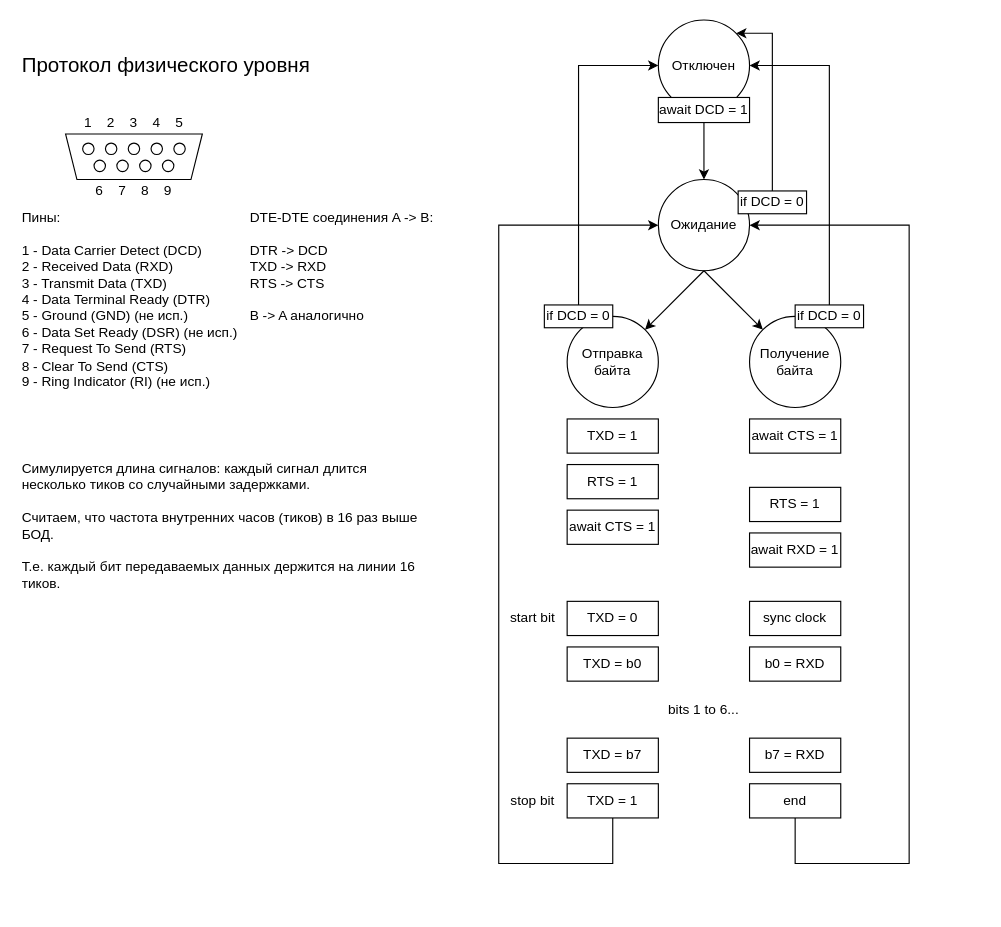
The draw.io diagram docs/physical-protocol.drawio in DeveloperMan313/networks-coursework-backend, before the edit. Source tidied: cells renumbered, new cells numbered last; positions are measured from the earlier drawing's top-left corner, leaving out a move shared by most shapes. Both pictures are drawn from the tidied source at 114%, with x=0, y=0 at pixel (19, 19).
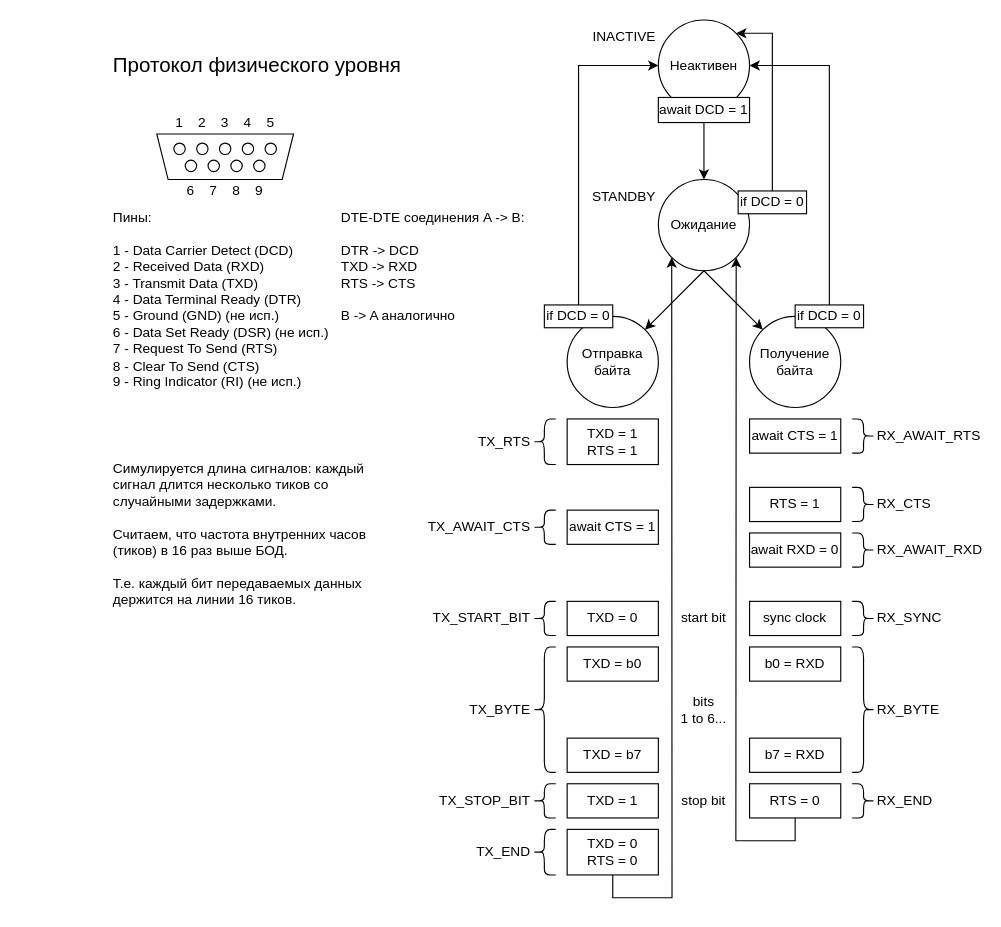
After the change.

Commit message (it also covers changes not shown here):
Update protocol, init PC and Port classes

The change refers to these unchanged cells:
```xml
<mxCell id="3" value="Ожидание" style="ellipse;whiteSpace=wrap;html=1;" parent="1" vertex="1">
  <mxGeometry x="560" y="140" width="80" height="80" as="geometry" />
</mxCell>
<mxCell id="35" value="TXD = 1" style="rounded=0;whiteSpace=wrap;html=1;" parent="1" vertex="1">
  <mxGeometry x="480" y="670" width="80" height="30" as="geometry" />
</mxCell>
```

The edit, as a diff of the source:
```diff
@@
-    <mxCell id="2" value="Отключен" style="ellipse;whiteSpace=wrap;html=1;" parent="1" vertex="1">
+    <mxCell id="2" value="Неактивен" style="ellipse;whiteSpace=wrap;html=1;" parent="1" vertex="1">
       <mxGeometry x="560" width="80" height="80" as="geometry" />
     </mxCell>
@@
     <mxCell id="7" style="shape=trapezoid;perimeter=trapezoidPerimeter;whiteSpace=wrap;html=1;fixedSize=1;size=10;flipV=1;legacyAnchorPoints=0;" parent="1" vertex="1">
-      <mxGeometry x="40" y="100" width="120" height="40" as="geometry" />
+      <mxGeometry x="120" y="100" width="120" height="40" as="geometry" />
     </mxCell>
     <mxCell id="8" style="ellipse;whiteSpace=wrap;html=1;" parent="1" vertex="1">
-      <mxGeometry x="55" y="108" width="10" height="10" as="geometry" />
+      <mxGeometry x="135" y="108" width="10" height="10" as="geometry" />
     </mxCell>
     <mxCell id="9" style="ellipse;whiteSpace=wrap;html=1;" parent="1" vertex="1">
-      <mxGeometry x="75" y="108" width="10" height="10" as="geometry" />
+      <mxGeometry x="155" y="108" width="10" height="10" as="geometry" />
     </mxCell>
     <mxCell id="10" style="ellipse;whiteSpace=wrap;html=1;" parent="1" vertex="1">
-      <mxGeometry x="95" y="108" width="10" height="10" as="geometry" />
+      <mxGeometry x="175" y="108" width="10" height="10" as="geometry" />
     </mxCell>
     <mxCell id="11" style="ellipse;whiteSpace=wrap;html=1;" parent="1" vertex="1">
-      <mxGeometry x="115" y="108" width="10" height="10" as="geometry" />
+      <mxGeometry x="195" y="108" width="10" height="10" as="geometry" />
     </mxCell>
     <mxCell id="12" style="ellipse;whiteSpace=wrap;html=1;" parent="1" vertex="1">
-      <mxGeometry x="135" y="108" width="10" height="10" as="geometry" />
+      <mxGeometry x="215" y="108" width="10" height="10" as="geometry" />
     </mxCell>
     <mxCell id="13" style="ellipse;whiteSpace=wrap;html=1;" parent="1" vertex="1">
-      <mxGeometry x="65" y="123" width="10" height="10" as="geometry" />
+      <mxGeometry x="145" y="123" width="10" height="10" as="geometry" />
     </mxCell>
     <mxCell id="14" style="ellipse;whiteSpace=wrap;html=1;" parent="1" vertex="1">
-      <mxGeometry x="85" y="123" width="10" height="10" as="geometry" />
+      <mxGeometry x="165" y="123" width="10" height="10" as="geometry" />
     </mxCell>
     <mxCell id="15" style="ellipse;whiteSpace=wrap;html=1;" parent="1" vertex="1">
-      <mxGeometry x="105" y="123" width="10" height="10" as="geometry" />
+      <mxGeometry x="185" y="123" width="10" height="10" as="geometry" />
     </mxCell>
     <mxCell id="16" style="ellipse;whiteSpace=wrap;html=1;" parent="1" vertex="1">
-      <mxGeometry x="125" y="123" width="10" height="10" as="geometry" />
+      <mxGeometry x="205" y="123" width="10" height="10" as="geometry" />
     </mxCell>
     <mxCell id="17" value="1&amp;nbsp; &amp;nbsp; 2&amp;nbsp; &amp;nbsp; 3&amp;nbsp; &amp;nbsp; 4&amp;nbsp; &amp;nbsp; 5" style="text;html=1;whiteSpace=wrap;strokeColor=none;fillColor=none;align=center;verticalAlign=middle;rounded=0;" parent="1" vertex="1">
-      <mxGeometry x="40" y="80" width="120" height="20" as="geometry" />
+      <mxGeometry x="120" y="80" width="120" height="20" as="geometry" />
     </mxCell>
     <mxCell id="18" value="6&amp;nbsp; &amp;nbsp; 7&amp;nbsp; &amp;nbsp; 8&amp;nbsp; &amp;nbsp; 9" style="text;html=1;whiteSpace=wrap;strokeColor=none;fillColor=none;align=center;verticalAlign=middle;rounded=0;" parent="1" vertex="1">
-      <mxGeometry x="40" y="140" width="120" height="20" as="geometry" />
+      <mxGeometry x="120" y="140" width="120" height="20" as="geometry" />
     </mxCell>
     <mxCell id="19" value="Пины:&lt;div&gt;&lt;br&gt;&lt;div&gt;1 - Data Carrier Detect (DCD)&lt;div&gt;2 - Received Data (RXD)&lt;/div&gt;&lt;div&gt;3 - Transmit Data (TXD)&lt;/div&gt;&lt;div&gt;4 - Data Terminal Ready (DTR)&lt;/div&gt;&lt;div&gt;5 - Ground (GND) (не исп.)&lt;/div&gt;&lt;div&gt;6 - Data Set Ready (DSR) (не исп.)&lt;/div&gt;&lt;div&gt;7 - Request To Send (RTS)&lt;/div&gt;&lt;div&gt;8 - Clear To Send (CTS)&lt;/div&gt;&lt;div&gt;9 - Ring Indicator (RI) (не исп.)&lt;/div&gt;&lt;/div&gt;&lt;/div&gt;" style="text;html=1;whiteSpace=wrap;strokeColor=none;fillColor=none;align=left;verticalAlign=top;rounded=0;" parent="1" vertex="1">
-      <mxGeometry y="160" width="200" height="180" as="geometry" />
+      <mxGeometry x="80" y="160" width="200" height="180" as="geometry" />
     </mxCell>
     <mxCell id="20" value="DTE-DTE соединения A -&amp;gt; B:&lt;div&gt;&lt;br&gt;&lt;/div&gt;&lt;div&gt;DTR -&amp;gt; DCD&lt;/div&gt;&lt;div&gt;TXD -&amp;gt; RXD&lt;/div&gt;&lt;div&gt;RTS -&amp;gt; CTS&lt;br&gt;&lt;/div&gt;&lt;div&gt;&lt;br&gt;&lt;/div&gt;&lt;div&gt;B -&amp;gt; A аналогично&lt;/div&gt;" style="text;html=1;whiteSpace=wrap;strokeColor=none;fillColor=none;align=left;verticalAlign=top;rounded=0;" parent="1" vertex="1">
-      <mxGeometry x="200" y="160" width="180" height="180" as="geometry" />
+      <mxGeometry x="280" y="160" width="180" height="180" as="geometry" />
     </mxCell>
-    <mxCell id="21" value="RTS = 1" style="rounded=0;whiteSpace=wrap;html=1;" parent="1" vertex="1">
-      <mxGeometry x="480" y="390" width="80" height="30" as="geometry" />
-    </mxCell>
@@
-    <mxCell id="26" value="TXD = 1" style="rounded=0;whiteSpace=wrap;html=1;" parent="1" vertex="1">
-      <mxGeometry x="480" y="350" width="80" height="30" as="geometry" />
+    <mxCell id="26" value="TXD = 1&lt;div&gt;RTS = 1&lt;/div&gt;" style="rounded=0;whiteSpace=wrap;html=1;" parent="1" vertex="1">
+      <mxGeometry x="480" y="350" width="80" height="40" as="geometry" />
     </mxCell>
@@
-    <mxCell id="30" value="bits 1 to 6..." style="text;html=1;whiteSpace=wrap;strokeColor=none;fillColor=none;align=center;verticalAlign=middle;rounded=0;" parent="1" vertex="1">
-      <mxGeometry x="480" y="590" width="240" height="30" as="geometry" />
+    <mxCell id="30" value="bits&lt;div&gt;1 to 6...&lt;/div&gt;" style="text;html=1;whiteSpace=wrap;strokeColor=none;fillColor=none;align=center;verticalAlign=middle;rounded=0;" parent="1" vertex="1">
+      <mxGeometry x="575" y="590" width="50" height="30" as="geometry" />
     </mxCell>
@@
     <mxCell id="33" value="start bit" style="text;html=1;whiteSpace=wrap;strokeColor=none;fillColor=none;align=center;verticalAlign=middle;rounded=0;" parent="1" vertex="1">
-      <mxGeometry x="420" y="510" width="60" height="30" as="geometry" />
+      <mxGeometry x="570" y="510" width="60" height="30" as="geometry" />
     </mxCell>
-    <mxCell id="34" value="stop bit" style="text;html=1;whiteSpace=wrap;strokeColor=none;fillColor=none;align=center;verticalAlign=middle;rounded=0;" parent="1" vertex="1">
-      <mxGeometry x="420" y="670" width="60" height="30" as="geometry" />
-    </mxCell>
@@
-    <mxCell id="36" value="end" style="rounded=0;whiteSpace=wrap;html=1;" parent="1" vertex="1">
+    <mxCell id="36" value="RTS = 0" style="rounded=0;whiteSpace=wrap;html=1;" parent="1" vertex="1">
       <mxGeometry x="640" y="670" width="80" height="30" as="geometry" />
     </mxCell>
-    <mxCell id="37" value="await RXD = 1" style="rounded=0;whiteSpace=wrap;html=1;" parent="1" vertex="1">
+    <mxCell id="37" value="await RXD = 0" style="rounded=0;whiteSpace=wrap;html=1;" parent="1" vertex="1">
       <mxGeometry x="640" y="450" width="80" height="30" as="geometry" />
     </mxCell>
     <mxCell id="38" value="Симулируется длина сигналов: каждый сигнал длится несколько тиков со случайными задержками.&lt;div&gt;&lt;br&gt;&lt;/div&gt;&lt;div&gt;Считаем, что частота внутренних часов (тиков) в 16 раз выше БОД.&lt;/div&gt;&lt;div&gt;&lt;br&gt;&lt;/div&gt;&lt;div&gt;Т.е. каждый бит передаваемых данных держится на линии 16 тиков.&lt;/div&gt;" style="text;html=1;whiteSpace=wrap;strokeColor=none;fillColor=none;align=left;verticalAlign=top;rounded=0;" parent="1" vertex="1">
-      <mxGeometry y="380" width="360" height="160" as="geometry" />
+      <mxGeometry x="80" y="380" width="240" height="160" as="geometry" />
     </mxCell>
@@
-    <mxCell id="41" style="endArrow=classic;html=1;rounded=0;exitX=0.5;exitY=1;exitDx=0;exitDy=0;entryX=0;entryY=0.5;entryDx=0;entryDy=0;" parent="1" edge="1" source="35" target="3">
+    <mxCell id="41" style="endArrow=classic;html=1;rounded=0;entryX=0;entryY=1;entryDx=0;entryDy=0;exitX=0.5;exitY=1;exitDx=0;exitDy=0;" parent="1" edge="1" source="73" target="3">
       <mxGeometry relative="1" as="geometry">
         <Array as="points">
-          <mxPoint x="520" y="740" />
-          <mxPoint x="420" y="740" />
-          <mxPoint x="420" y="180" />
+          <mxPoint x="520" y="770" />
+          <mxPoint x="572" y="770" />
         </Array>
       </mxGeometry>
     </mxCell>
-    <mxCell id="42" style="endArrow=classic;html=1;rounded=0;exitX=0.5;exitY=1;exitDx=0;exitDy=0;entryX=1;entryY=0.5;entryDx=0;entryDy=0;" parent="1" edge="1" source="36" target="3">
+    <mxCell id="42" style="endArrow=classic;html=1;rounded=0;entryX=1;entryY=1;entryDx=0;entryDy=0;exitX=0.5;exitY=1;exitDx=0;exitDy=0;" parent="1" edge="1" source="36" target="3">
       <mxGeometry relative="1" as="geometry">
         <Array as="points">
-          <mxPoint x="680" y="740" />
-          <mxPoint x="780" y="740" />
-          <mxPoint x="780" y="180" />
+          <mxPoint x="680" y="720" />
+          <mxPoint x="628" y="720" />
         </Array>
       </mxGeometry>
     </mxCell>
@@
     <mxCell id="50" value="Протокол физического уровня" style="text;html=1;whiteSpace=wrap;strokeColor=none;fillColor=none;align=left;verticalAlign=middle;rounded=0;fontSize=18;" parent="1" vertex="1">
-      <mxGeometry y="20" width="280" height="40" as="geometry" />
+      <mxGeometry x="80" y="20" width="280" height="40" as="geometry" />
     </mxCell>
+    <mxCell id="51" style="shape=curlyBracket;whiteSpace=wrap;html=1;rounded=1;labelPosition=left;verticalLabelPosition=middle;align=right;verticalAlign=middle;" parent="1" vertex="1">
+      <mxGeometry x="450" y="350" width="20" height="40" as="geometry" />
+    </mxCell>
+    <mxCell id="52" value="TX_RTS" style="text;html=1;whiteSpace=wrap;strokeColor=none;fillColor=none;align=right;verticalAlign=middle;rounded=0;" parent="1" vertex="1">
+      <mxGeometry x="360" y="355" width="90" height="30" as="geometry" />
+    </mxCell>
+    <mxCell id="34" value="stop bit" style="text;html=1;whiteSpace=wrap;strokeColor=none;fillColor=none;align=center;verticalAlign=middle;rounded=0;" parent="1" vertex="1">
+      <mxGeometry x="570" y="670" width="60" height="30" as="geometry" />
+    </mxCell>
+    <mxCell id="53" style="shape=curlyBracket;whiteSpace=wrap;html=1;rounded=1;labelPosition=left;verticalLabelPosition=middle;align=right;verticalAlign=middle;" parent="1" vertex="1">
+      <mxGeometry x="450" y="510" width="20" height="30" as="geometry" />
+    </mxCell>
+    <mxCell id="54" value="TX_START_BIT" style="text;html=1;whiteSpace=wrap;strokeColor=none;fillColor=none;align=right;verticalAlign=middle;rounded=0;" parent="1" vertex="1">
+      <mxGeometry x="360" y="510" width="90" height="30" as="geometry" />
+    </mxCell>
+    <mxCell id="55" style="shape=curlyBracket;whiteSpace=wrap;html=1;rounded=1;labelPosition=left;verticalLabelPosition=middle;align=right;verticalAlign=middle;" parent="1" vertex="1">
+      <mxGeometry x="450" y="430" width="20" height="30" as="geometry" />
+    </mxCell>
+    <mxCell id="56" value="TX_AWAIT_CTS" style="text;html=1;whiteSpace=wrap;strokeColor=none;fillColor=none;align=right;verticalAlign=middle;rounded=0;" parent="1" vertex="1">
+      <mxGeometry x="360" y="430" width="90" height="30" as="geometry" />
+    </mxCell>
+    <mxCell id="57" style="shape=curlyBracket;whiteSpace=wrap;html=1;rounded=1;labelPosition=left;verticalLabelPosition=middle;align=right;verticalAlign=middle;" parent="1" vertex="1">
+      <mxGeometry x="450" y="550" width="20" height="110" as="geometry" />
+    </mxCell>
+    <mxCell id="58" value="TX_BYTE" style="text;html=1;whiteSpace=wrap;strokeColor=none;fillColor=none;align=right;verticalAlign=middle;rounded=0;" parent="1" vertex="1">
+      <mxGeometry x="360" y="590" width="90" height="30" as="geometry" />
+    </mxCell>
+    <mxCell id="59" style="shape=curlyBracket;whiteSpace=wrap;html=1;rounded=1;labelPosition=left;verticalLabelPosition=middle;align=right;verticalAlign=middle;" parent="1" vertex="1">
+      <mxGeometry x="450" y="670" width="20" height="30" as="geometry" />
+    </mxCell>
+    <mxCell id="60" value="TX_STOP_BIT" style="text;html=1;whiteSpace=wrap;strokeColor=none;fillColor=none;align=right;verticalAlign=middle;rounded=0;" parent="1" vertex="1">
+      <mxGeometry x="360" y="670" width="90" height="30" as="geometry" />
+    </mxCell>
+    <mxCell id="61" style="shape=curlyBracket;whiteSpace=wrap;html=1;rounded=1;labelPosition=left;verticalLabelPosition=middle;align=right;verticalAlign=middle;flipH=1;legacyAnchorPoints=0;" parent="1" vertex="1">
+      <mxGeometry x="730" y="350" width="20" height="30" as="geometry" />
+    </mxCell>
+    <mxCell id="62" value="RX_AWAIT_RTS" style="text;html=1;whiteSpace=wrap;strokeColor=none;fillColor=none;align=left;verticalAlign=middle;rounded=0;" parent="1" vertex="1">
+      <mxGeometry x="750" y="350" width="90" height="30" as="geometry" />
+    </mxCell>
+    <mxCell id="63" style="shape=curlyBracket;whiteSpace=wrap;html=1;rounded=1;labelPosition=left;verticalLabelPosition=middle;align=right;verticalAlign=middle;flipH=1;legacyAnchorPoints=0;" parent="1" vertex="1">
+      <mxGeometry x="730" y="410" width="20" height="30" as="geometry" />
+    </mxCell>
+    <mxCell id="64" value="RX_CTS" style="text;html=1;whiteSpace=wrap;strokeColor=none;fillColor=none;align=left;verticalAlign=middle;rounded=0;" parent="1" vertex="1">
+      <mxGeometry x="750" y="410" width="90" height="30" as="geometry" />
+    </mxCell>
+    <mxCell id="65" style="shape=curlyBracket;whiteSpace=wrap;html=1;rounded=1;labelPosition=left;verticalLabelPosition=middle;align=right;verticalAlign=middle;flipH=1;legacyAnchorPoints=0;" parent="1" vertex="1">
+      <mxGeometry x="730" y="450" width="20" height="30" as="geometry" />
+    </mxCell>
+    <mxCell id="66" value="RX_AWAIT_RXD" style="text;html=1;whiteSpace=wrap;strokeColor=none;fillColor=none;align=left;verticalAlign=middle;rounded=0;" parent="1" vertex="1">
+      <mxGeometry x="750" y="450" width="90" height="30" as="geometry" />
+    </mxCell>
+    <mxCell id="67" style="shape=curlyBracket;whiteSpace=wrap;html=1;rounded=1;labelPosition=left;verticalLabelPosition=middle;align=right;verticalAlign=middle;flipH=1;legacyAnchorPoints=0;" parent="1" vertex="1">
+      <mxGeometry x="730" y="510" width="20" height="30" as="geometry" />
+    </mxCell>
+    <mxCell id="68" value="RX_SYNC" style="text;html=1;whiteSpace=wrap;strokeColor=none;fillColor=none;align=left;verticalAlign=middle;rounded=0;" parent="1" vertex="1">
+      <mxGeometry x="750" y="510" width="90" height="30" as="geometry" />
+    </mxCell>
+    <mxCell id="69" style="shape=curlyBracket;whiteSpace=wrap;html=1;rounded=1;labelPosition=left;verticalLabelPosition=middle;align=right;verticalAlign=middle;flipH=1;legacyAnchorPoints=0;" parent="1" vertex="1">
+      <mxGeometry x="730" y="550" width="20" height="110" as="geometry" />
+    </mxCell>
+    <mxCell id="70" value="RX_BYTE" style="text;html=1;whiteSpace=wrap;strokeColor=none;fillColor=none;align=left;verticalAlign=middle;rounded=0;" parent="1" vertex="1">
+      <mxGeometry x="750" y="590" width="90" height="30" as="geometry" />
+    </mxCell>
+    <mxCell id="71" style="shape=curlyBracket;whiteSpace=wrap;html=1;rounded=1;labelPosition=left;verticalLabelPosition=middle;align=right;verticalAlign=middle;flipH=1;legacyAnchorPoints=0;" parent="1" vertex="1">
+      <mxGeometry x="730" y="670" width="20" height="30" as="geometry" />
+    </mxCell>
+    <mxCell id="72" value="RX_END" style="text;html=1;whiteSpace=wrap;strokeColor=none;fillColor=none;align=left;verticalAlign=middle;rounded=0;" parent="1" vertex="1">
+      <mxGeometry x="750" y="670" width="90" height="30" as="geometry" />
+    </mxCell>
+    <mxCell id="73" value="TXD = 0&lt;div&gt;RTS = 0&lt;/div&gt;" style="rounded=0;whiteSpace=wrap;html=1;" parent="1" vertex="1">
+      <mxGeometry x="480" y="710" width="80" height="40" as="geometry" />
+    </mxCell>
+    <mxCell id="74" style="shape=curlyBracket;whiteSpace=wrap;html=1;rounded=1;labelPosition=left;verticalLabelPosition=middle;align=right;verticalAlign=middle;" parent="1" vertex="1">
+      <mxGeometry x="450" y="710" width="20" height="40" as="geometry" />
+    </mxCell>
+    <mxCell id="75" value="TX_END" style="text;html=1;whiteSpace=wrap;strokeColor=none;fillColor=none;align=right;verticalAlign=middle;rounded=0;" parent="1" vertex="1">
+      <mxGeometry x="360" y="715" width="90" height="30" as="geometry" />
+    </mxCell>
+    <mxCell id="76" value="INACTIVE" style="text;html=1;whiteSpace=wrap;strokeColor=none;fillColor=none;align=right;verticalAlign=middle;rounded=0;" parent="1" vertex="1">
+      <mxGeometry x="470" width="90" height="30" as="geometry" />
+    </mxCell>
+    <mxCell id="77" value="STANDBY" style="text;html=1;whiteSpace=wrap;strokeColor=none;fillColor=none;align=right;verticalAlign=middle;rounded=0;" parent="1" vertex="1">
+      <mxGeometry x="470" y="140" width="90" height="30" as="geometry" />
+    </mxCell>
```
